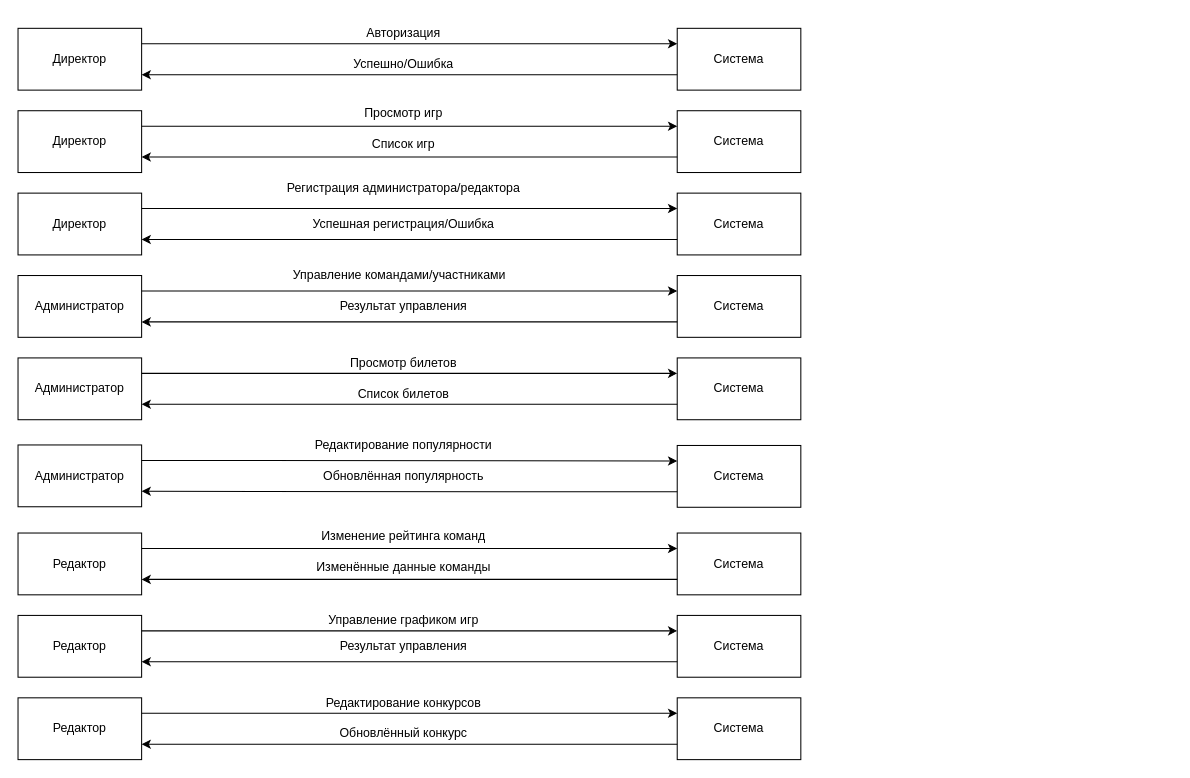
This is files/lipetsk_kvn.drawio from plombir1917/lipetsk_kvn, a draw.io file, before an edit. Source tidied: cells renumbered, new cells numbered last; positions are measured from the earlier drawing's top-left corner, leaving out a move shared by most shapes. Both pictures are drawn from the tidied source at 103%, with x=0, y=0 at pixel (18, 18).
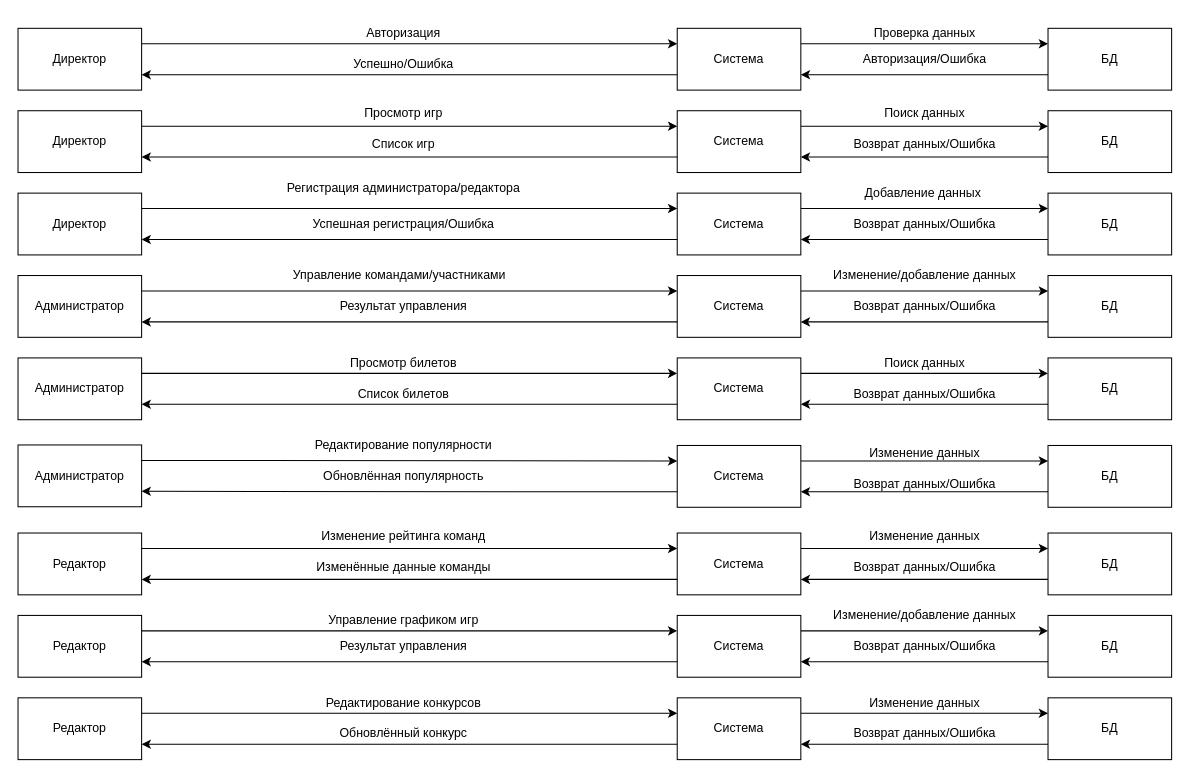
The same page after the edit.

Unchanged cells that the change refers to:
```xml
<mxCell id="3" value="Система" style="rounded=0;whiteSpace=wrap;html=1;" parent="1" vertex="1">
  <mxGeometry x="640" y="10" width="120" height="60" as="geometry" />
</mxCell>
<mxCell id="6" value="Система" style="rounded=0;whiteSpace=wrap;html=1;" parent="1" vertex="1">
  <mxGeometry x="640" y="90" width="120" height="60" as="geometry" />
</mxCell>
<mxCell id="7" value="Система" style="rounded=0;whiteSpace=wrap;html=1;" parent="1" vertex="1">
  <mxGeometry x="640" y="170" width="120" height="60" as="geometry" />
</mxCell>
<mxCell id="24" value="Система" style="rounded=0;whiteSpace=wrap;html=1;" parent="1" vertex="1">
  <mxGeometry x="640" y="250" width="120" height="60" as="geometry" />
</mxCell>
<mxCell id="25" value="Система" style="rounded=0;whiteSpace=wrap;html=1;" parent="1" vertex="1">
  <mxGeometry x="640" y="330" width="120" height="60" as="geometry" />
</mxCell>
<mxCell id="26" value="Система" style="rounded=0;whiteSpace=wrap;html=1;" parent="1" vertex="1">
  <mxGeometry x="640" y="415" width="120" height="60" as="geometry" />
</mxCell>
<mxCell id="41" value="Система" style="rounded=0;whiteSpace=wrap;html=1;" parent="1" vertex="1">
  <mxGeometry x="640" y="500" width="120" height="60" as="geometry" />
</mxCell>
<mxCell id="42" value="Система" style="rounded=0;whiteSpace=wrap;html=1;" parent="1" vertex="1">
  <mxGeometry x="640" y="580" width="120" height="60" as="geometry" />
</mxCell>
<mxCell id="43" value="Система" style="rounded=0;whiteSpace=wrap;html=1;" parent="1" vertex="1">
  <mxGeometry x="640" y="660" width="120" height="60" as="geometry" />
</mxCell>
```

Change to the diagram source:
```diff
@@
+    <mxCell id="56" style="edgeStyle=orthogonalEdgeStyle;rounded=0;jettySize=auto;html=1;exitX=1;exitY=0.25;exitDx=0;exitDy=0;entryX=0;entryY=0.25;entryDx=0;entryDy=0;" parent="1" edge="1" source="3" target="66">
+      <mxGeometry relative="1" as="geometry" />
+    </mxCell>
@@
+    <mxCell id="57" style="edgeStyle=orthogonalEdgeStyle;rounded=0;jettySize=auto;html=1;exitX=1;exitY=0.25;exitDx=0;exitDy=0;entryX=0;entryY=0.25;entryDx=0;entryDy=0;" parent="1" edge="1" source="6" target="70">
+      <mxGeometry relative="1" as="geometry" />
+    </mxCell>
@@
+    <mxCell id="58" style="edgeStyle=orthogonalEdgeStyle;rounded=0;jettySize=auto;html=1;exitX=1;exitY=0.25;exitDx=0;exitDy=0;entryX=0;entryY=0.25;entryDx=0;entryDy=0;" parent="1" edge="1" source="7" target="72">
+      <mxGeometry relative="1" as="geometry" />
+    </mxCell>
@@
+    <mxCell id="59" style="edgeStyle=orthogonalEdgeStyle;rounded=0;jettySize=auto;html=1;exitX=1;exitY=0.25;exitDx=0;exitDy=0;entryX=0;entryY=0.25;entryDx=0;entryDy=0;" parent="1" edge="1" source="24" target="74">
+      <mxGeometry relative="1" as="geometry" />
+    </mxCell>
@@
+    <mxCell id="60" style="edgeStyle=orthogonalEdgeStyle;rounded=0;jettySize=auto;html=1;exitX=1;exitY=0.25;exitDx=0;exitDy=0;entryX=0;entryY=0.25;entryDx=0;entryDy=0;" parent="1" edge="1" source="25" target="76">
+      <mxGeometry relative="1" as="geometry" />
+    </mxCell>
@@
+    <mxCell id="61" style="edgeStyle=orthogonalEdgeStyle;rounded=0;jettySize=auto;html=1;exitX=1;exitY=0.25;exitDx=0;exitDy=0;entryX=0;entryY=0.25;entryDx=0;entryDy=0;" parent="1" edge="1" source="26" target="78">
+      <mxGeometry relative="1" as="geometry" />
+    </mxCell>
@@
+    <mxCell id="62" style="edgeStyle=orthogonalEdgeStyle;rounded=0;jettySize=auto;html=1;exitX=1;exitY=0.25;exitDx=0;exitDy=0;entryX=0;entryY=0.25;entryDx=0;entryDy=0;" parent="1" edge="1" source="41" target="80">
+      <mxGeometry relative="1" as="geometry" />
+    </mxCell>
@@
+    <mxCell id="63" style="edgeStyle=orthogonalEdgeStyle;rounded=0;jettySize=auto;html=1;exitX=1;exitY=0.25;exitDx=0;exitDy=0;entryX=0;entryY=0.25;entryDx=0;entryDy=0;" parent="1" edge="1" source="42" target="82">
+      <mxGeometry relative="1" as="geometry" />
+    </mxCell>
@@
+    <mxCell id="64" style="edgeStyle=orthogonalEdgeStyle;rounded=0;jettySize=auto;html=1;exitX=1;exitY=0.25;exitDx=0;exitDy=0;entryX=0;entryY=0.25;entryDx=0;entryDy=0;" parent="1" edge="1" source="43" target="84">
+      <mxGeometry relative="1" as="geometry" />
+    </mxCell>
@@
+    <mxCell id="65" style="edgeStyle=orthogonalEdgeStyle;rounded=0;jettySize=auto;html=1;exitX=0;exitY=0.75;exitDx=0;exitDy=0;entryX=1;entryY=0.75;entryDx=0;entryDy=0;" parent="1" edge="1" source="66" target="3">
+      <mxGeometry relative="1" as="geometry" />
+    </mxCell>
+    <mxCell id="66" value="БД" style="rounded=0;whiteSpace=wrap;html=1;" parent="1" vertex="1">
+      <mxGeometry x="1000" y="10" width="120" height="60" as="geometry" />
+    </mxCell>
+    <mxCell id="67" value="Проверка данных" style="text;html=1;align=center;verticalAlign=middle;strokeColor=none;fillColor=none;" parent="1" vertex="1">
+      <mxGeometry x="820" width="120" height="30" as="geometry" />
+    </mxCell>
+    <mxCell id="68" value="Авторизация/Ошибка" style="text;html=1;align=center;verticalAlign=middle;strokeColor=none;fillColor=none;" parent="1" vertex="1">
+      <mxGeometry x="810" y="25" width="140" height="30" as="geometry" />
+    </mxCell>
+    <mxCell id="69" style="edgeStyle=orthogonalEdgeStyle;rounded=0;jettySize=auto;html=1;exitX=0;exitY=0.75;exitDx=0;exitDy=0;entryX=1;entryY=0.75;entryDx=0;entryDy=0;" parent="1" edge="1" source="70" target="6">
+      <mxGeometry relative="1" as="geometry" />
+    </mxCell>
+    <mxCell id="70" value="БД" style="rounded=0;whiteSpace=wrap;html=1;" parent="1" vertex="1">
+      <mxGeometry x="1000" y="90" width="120" height="60" as="geometry" />
+    </mxCell>
+    <mxCell id="71" style="edgeStyle=orthogonalEdgeStyle;rounded=0;jettySize=auto;html=1;exitX=0;exitY=0.75;exitDx=0;exitDy=0;entryX=1;entryY=0.75;entryDx=0;entryDy=0;" parent="1" edge="1" source="72" target="7">
+      <mxGeometry relative="1" as="geometry" />
+    </mxCell>
+    <mxCell id="72" value="БД" style="rounded=0;whiteSpace=wrap;html=1;" parent="1" vertex="1">
+      <mxGeometry x="1000" y="170" width="120" height="60" as="geometry" />
+    </mxCell>
+    <mxCell id="73" style="edgeStyle=orthogonalEdgeStyle;rounded=0;jettySize=auto;html=1;exitX=0;exitY=0.75;exitDx=0;exitDy=0;entryX=1;entryY=0.75;entryDx=0;entryDy=0;" parent="1" edge="1" source="74" target="24">
+      <mxGeometry relative="1" as="geometry" />
+    </mxCell>
+    <mxCell id="74" value="БД" style="rounded=0;whiteSpace=wrap;html=1;" parent="1" vertex="1">
+      <mxGeometry x="1000" y="250" width="120" height="60" as="geometry" />
+    </mxCell>
+    <mxCell id="75" style="edgeStyle=orthogonalEdgeStyle;rounded=0;jettySize=auto;html=1;exitX=0;exitY=0.75;exitDx=0;exitDy=0;entryX=1;entryY=0.75;entryDx=0;entryDy=0;" parent="1" edge="1" source="76" target="25">
+      <mxGeometry relative="1" as="geometry" />
+    </mxCell>
+    <mxCell id="76" value="БД" style="rounded=0;whiteSpace=wrap;html=1;" parent="1" vertex="1">
+      <mxGeometry x="1000" y="330" width="120" height="60" as="geometry" />
+    </mxCell>
+    <mxCell id="77" style="edgeStyle=orthogonalEdgeStyle;rounded=0;jettySize=auto;html=1;exitX=0;exitY=0.75;exitDx=0;exitDy=0;entryX=1;entryY=0.75;entryDx=0;entryDy=0;" parent="1" edge="1" source="78" target="26">
+      <mxGeometry relative="1" as="geometry" />
+    </mxCell>
+    <mxCell id="78" value="БД" style="rounded=0;whiteSpace=wrap;html=1;" parent="1" vertex="1">
+      <mxGeometry x="1000" y="415" width="120" height="60" as="geometry" />
+    </mxCell>
+    <mxCell id="79" style="edgeStyle=orthogonalEdgeStyle;rounded=0;jettySize=auto;html=1;exitX=0;exitY=0.75;exitDx=0;exitDy=0;entryX=1;entryY=0.75;entryDx=0;entryDy=0;" parent="1" edge="1" source="80" target="41">
+      <mxGeometry relative="1" as="geometry" />
+    </mxCell>
+    <mxCell id="80" value="БД" style="rounded=0;whiteSpace=wrap;html=1;" parent="1" vertex="1">
+      <mxGeometry x="1000" y="500" width="120" height="60" as="geometry" />
+    </mxCell>
+    <mxCell id="81" style="edgeStyle=orthogonalEdgeStyle;rounded=0;jettySize=auto;html=1;exitX=0;exitY=0.75;exitDx=0;exitDy=0;entryX=1;entryY=0.75;entryDx=0;entryDy=0;" parent="1" edge="1" source="82" target="42">
+      <mxGeometry relative="1" as="geometry" />
+    </mxCell>
+    <mxCell id="82" value="БД" style="rounded=0;whiteSpace=wrap;html=1;" parent="1" vertex="1">
+      <mxGeometry x="1000" y="580" width="120" height="60" as="geometry" />
+    </mxCell>
+    <mxCell id="83" style="edgeStyle=orthogonalEdgeStyle;rounded=0;jettySize=auto;html=1;exitX=0;exitY=0.75;exitDx=0;exitDy=0;entryX=1;entryY=0.75;entryDx=0;entryDy=0;" parent="1" edge="1" source="84" target="43">
+      <mxGeometry relative="1" as="geometry" />
+    </mxCell>
+    <mxCell id="84" value="БД" style="rounded=0;whiteSpace=wrap;html=1;" parent="1" vertex="1">
+      <mxGeometry x="1000" y="660" width="120" height="60" as="geometry" />
+    </mxCell>
+    <mxCell id="85" value="Поиск данных" style="text;html=1;align=center;verticalAlign=middle;strokeColor=none;fillColor=none;" parent="1" vertex="1">
+      <mxGeometry x="830" y="78" width="100" height="30" as="geometry" />
+    </mxCell>
+    <mxCell id="86" value="Возврат данных/Ошибка" style="text;html=1;align=center;verticalAlign=middle;strokeColor=none;fillColor=none;" parent="1" vertex="1">
+      <mxGeometry x="800" y="108" width="160" height="30" as="geometry" />
+    </mxCell>
+    <mxCell id="87" value="Добавление данных&amp;nbsp;" style="text;html=1;align=center;verticalAlign=middle;strokeColor=none;fillColor=none;" parent="1" vertex="1">
+      <mxGeometry x="810" y="155" width="140" height="30" as="geometry" />
+    </mxCell>
+    <mxCell id="88" value="Возврат данных/Ошибка" style="text;html=1;align=center;verticalAlign=middle;strokeColor=none;fillColor=none;" parent="1" vertex="1">
+      <mxGeometry x="800" y="185" width="160" height="30" as="geometry" />
+    </mxCell>
+    <mxCell id="89" value="Изменение/добавление данных" style="text;html=1;align=center;verticalAlign=middle;strokeColor=none;fillColor=none;" parent="1" vertex="1">
+      <mxGeometry x="780" y="235" width="200" height="30" as="geometry" />
+    </mxCell>
+    <mxCell id="90" value="Возврат данных/Ошибка" style="text;html=1;align=center;verticalAlign=middle;strokeColor=none;fillColor=none;" parent="1" vertex="1">
+      <mxGeometry x="800" y="265" width="160" height="30" as="geometry" />
+    </mxCell>
+    <mxCell id="91" value="Поиск данных" style="text;html=1;align=center;verticalAlign=middle;strokeColor=none;fillColor=none;" parent="1" vertex="1">
+      <mxGeometry x="830" y="320" width="100" height="30" as="geometry" />
+    </mxCell>
+    <mxCell id="92" value="Возврат данных/Ошибка" style="text;html=1;align=center;verticalAlign=middle;strokeColor=none;fillColor=none;" parent="1" vertex="1">
+      <mxGeometry x="800" y="350" width="160" height="30" as="geometry" />
+    </mxCell>
+    <mxCell id="93" value="Изменение данных" style="text;html=1;align=center;verticalAlign=middle;strokeColor=none;fillColor=none;" parent="1" vertex="1">
+      <mxGeometry x="815" y="408" width="130" height="30" as="geometry" />
+    </mxCell>
+    <mxCell id="94" value="Возврат данных/Ошибка" style="text;html=1;align=center;verticalAlign=middle;strokeColor=none;fillColor=none;" parent="1" vertex="1">
+      <mxGeometry x="800" y="438" width="160" height="30" as="geometry" />
+    </mxCell>
+    <mxCell id="95" value="Изменение данных" style="text;html=1;align=center;verticalAlign=middle;strokeColor=none;fillColor=none;" parent="1" vertex="1">
+      <mxGeometry x="815" y="488" width="130" height="30" as="geometry" />
+    </mxCell>
+    <mxCell id="96" value="Возврат данных/Ошибка" style="text;html=1;align=center;verticalAlign=middle;strokeColor=none;fillColor=none;" parent="1" vertex="1">
+      <mxGeometry x="800" y="518" width="160" height="30" as="geometry" />
+    </mxCell>
+    <mxCell id="97" value="Изменение/добавление данных" style="text;html=1;align=center;verticalAlign=middle;strokeColor=none;fillColor=none;" parent="1" vertex="1">
+      <mxGeometry x="780" y="565" width="200" height="30" as="geometry" />
+    </mxCell>
+    <mxCell id="98" value="Возврат данных/Ошибка" style="text;html=1;align=center;verticalAlign=middle;strokeColor=none;fillColor=none;" parent="1" vertex="1">
+      <mxGeometry x="800" y="595" width="160" height="30" as="geometry" />
+    </mxCell>
+    <mxCell id="99" value="Изменение данных" style="text;html=1;align=center;verticalAlign=middle;strokeColor=none;fillColor=none;" parent="1" vertex="1">
+      <mxGeometry x="815" y="650" width="130" height="30" as="geometry" />
+    </mxCell>
+    <mxCell id="100" value="Возврат данных/Ошибка" style="text;html=1;align=center;verticalAlign=middle;strokeColor=none;fillColor=none;" parent="1" vertex="1">
+      <mxGeometry x="800" y="680" width="160" height="30" as="geometry" />
+    </mxCell>
```
